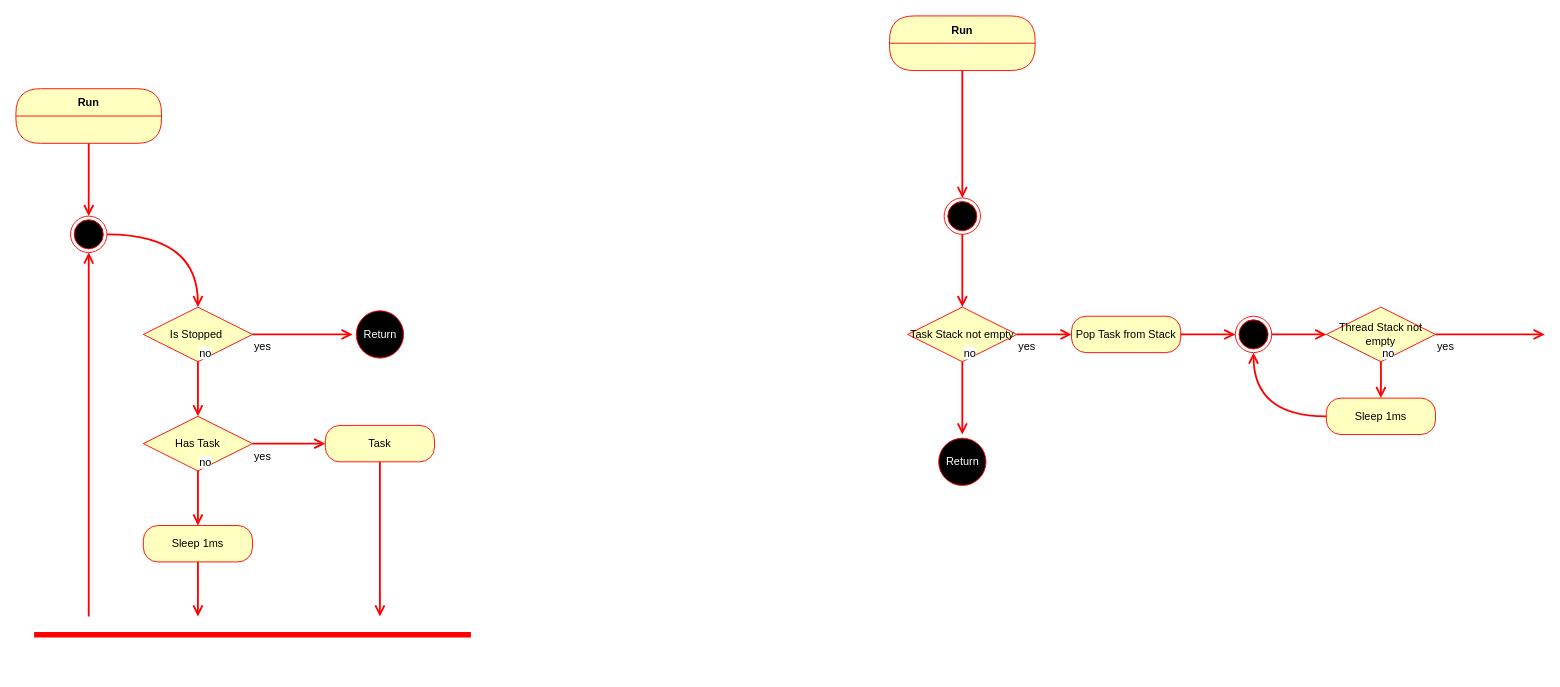
Above: doc/Temp.drawio in akariumfish/nodulo (draw.io), before the change. Source tidied: cells renumbered, new cells numbered last; positions are measured from the earlier drawing's top-left corner, leaving out a move shared by most shapes. Both pictures are drawn from the tidied source at 91%, with x=0, y=0 at pixel (15, 15).
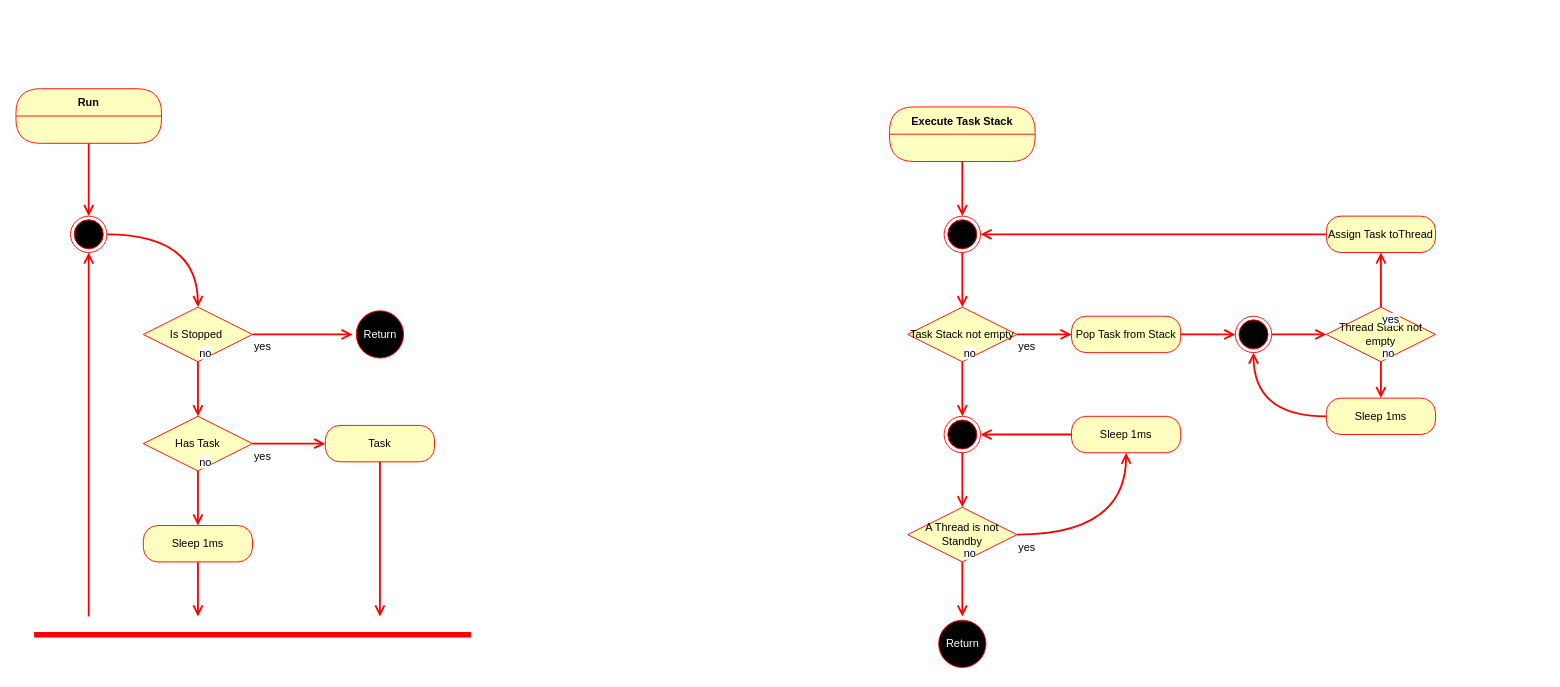
Above is the later version.

The change refers to these unchanged cells:
```xml
<mxCell id="23" value="Task Stack not empty" style="rhombus;whiteSpace=wrap;html=1;fontColor=#000000;fillColor=#ffffc0;strokeColor=#ff0000;" parent="1" vertex="1">
  <mxGeometry x="980" y="320" width="120" height="60" as="geometry" />
</mxCell>
<mxCell id="26" value="Thread Stack not empty" style="rhombus;whiteSpace=wrap;html=1;fontColor=#000000;fillColor=#ffffc0;strokeColor=#ff0000;" parent="1" vertex="1">
  <mxGeometry x="1440" y="320" width="120" height="60" as="geometry" />
</mxCell>
```

What changed in the source:
```diff
@@
-    <mxCell id="20" value="Run" style="swimlane;fontStyle=1;align=center;verticalAlign=middle;horizontal=1;startSize=30;fontColor=#000000;rounded=1;arcSize=30;strokeColor=#ff0000;fillColor=#ffffc0;swimlaneFillColor=#ffffc0;newEdgeStyle=%7B%22edgeStyle%22%3A%22orthogonalEdgeStyle%22%2C%22html%22%3A%221%22%2C%22verticalAlign%22%3A%22bottom%22%2C%22endArrow%22%3A%22open%22%2C%22endSize%22%3A%228%22%2C%22strokeColor%22%3A%22%23ff0000%22%2C%22rounded%22%3A%221%22%2C%22strokeWidth%22%3A%222%22%2C%22align%22%3A%22center%22%2C%22fontFamily%22%3A%22Helvetica%22%2C%22fontSize%22%3A%2212%22%2C%22fontColor%22%3A%22default%22%2C%22labelBackgroundColor%22%3A%22default%22%2C%22defaultLabelBackgroundColor%22%3A%22gap%22%2C%22jumpStyle%22%3A%22gap%22%2C%22jumpSize%22%3A%2210%22%2C%22flowAnimation%22%3A%220%22%2C%22sourcePerimeterSpacing%22%3A%220%22%2C%22targetPerimeterSpacing%22%3A%220%22%2C%22fixedPointSpacing%22%3A%221%22%2C%22curved%22%3A%221%22%2C%22libavoidSpacing%22%3A%2210%22%2C%22followTerminals%22%3A%221%22%2C%22jettySize%22%3Anull%2C%22orthogonalLoop%22%3Anull%2C%22startSize%22%3Anull%2C%22shape%22%3Anull%2C%22startArrow%22%3Anull%2C%22startFill%22%3Anull%2C%22endFill%22%3Anull%7D;" parent="1" vertex="1">
-      <mxGeometry x="960" width="160" height="60" as="geometry" />
+    <mxCell id="20" value="Execute Task Stack" style="swimlane;fontStyle=1;align=center;verticalAlign=middle;horizontal=1;startSize=30;fontColor=#000000;rounded=1;arcSize=30;strokeColor=#ff0000;fillColor=#ffffc0;swimlaneFillColor=#ffffc0;newEdgeStyle=%7B%22edgeStyle%22%3A%22orthogonalEdgeStyle%22%2C%22html%22%3A%221%22%2C%22verticalAlign%22%3A%22bottom%22%2C%22endArrow%22%3A%22open%22%2C%22endSize%22%3A%228%22%2C%22strokeColor%22%3A%22%23ff0000%22%2C%22rounded%22%3A%221%22%2C%22strokeWidth%22%3A%222%22%2C%22align%22%3A%22center%22%2C%22fontFamily%22%3A%22Helvetica%22%2C%22fontSize%22%3A%2212%22%2C%22fontColor%22%3A%22default%22%2C%22labelBackgroundColor%22%3A%22default%22%2C%22defaultLabelBackgroundColor%22%3A%22gap%22%2C%22jumpStyle%22%3A%22gap%22%2C%22jumpSize%22%3A%2210%22%2C%22flowAnimation%22%3A%220%22%2C%22sourcePerimeterSpacing%22%3A%220%22%2C%22targetPerimeterSpacing%22%3A%220%22%2C%22fixedPointSpacing%22%3A%221%22%2C%22curved%22%3A%221%22%2C%22libavoidSpacing%22%3A%2210%22%2C%22followTerminals%22%3A%221%22%2C%22jettySize%22%3Anull%2C%22orthogonalLoop%22%3Anull%2C%22startSize%22%3Anull%2C%22shape%22%3Anull%2C%22startArrow%22%3Anull%2C%22startFill%22%3Anull%2C%22endFill%22%3Anull%7D;" parent="1" vertex="1">
+      <mxGeometry x="960" y="100" width="160" height="60" as="geometry" />
     </mxCell>
@@
-    <mxCell id="24" value="no" style="edgeStyle=orthogonalEdgeStyle;html=1;align=left;verticalAlign=bottom;endArrow=open;endSize=8;strokeColor=#ff0000;rounded=1;strokeWidth=2;fontFamily=Helvetica;fontSize=12;fontColor=default;labelBackgroundColor=default;defaultLabelBackgroundColor=gap;jumpStyle=gap;jumpSize=10;flowAnimation=0;sourcePerimeterSpacing=0;targetPerimeterSpacing=0;fixedPointSpacing=1;curved=1;libavoidSpacing=10;followTerminals=1;" parent="1" edge="1" source="23" target="29">
+    <mxCell id="24" value="no" style="edgeStyle=orthogonalEdgeStyle;html=1;align=left;verticalAlign=bottom;endArrow=open;endSize=8;strokeColor=#ff0000;rounded=1;strokeWidth=2;fontFamily=Helvetica;fontSize=12;fontColor=default;labelBackgroundColor=default;defaultLabelBackgroundColor=gap;jumpStyle=gap;jumpSize=10;flowAnimation=0;sourcePerimeterSpacing=0;targetPerimeterSpacing=0;fixedPointSpacing=1;curved=1;libavoidSpacing=10;followTerminals=1;" parent="1" edge="1" source="23" target="44">
       <mxGeometry x="-1" relative="1" as="geometry" />
     </mxCell>
@@
-    <mxCell id="28" value="yes" style="edgeStyle=orthogonalEdgeStyle;html=1;align=left;verticalAlign=top;endArrow=open;endSize=8;strokeColor=#ff0000;rounded=1;strokeWidth=2;fontFamily=Helvetica;fontSize=12;fontColor=default;labelBackgroundColor=default;defaultLabelBackgroundColor=gap;jumpStyle=gap;jumpSize=10;flowAnimation=0;sourcePerimeterSpacing=0;targetPerimeterSpacing=0;fixedPointSpacing=1;curved=1;libavoidSpacing=10;followTerminals=1;" parent="1" edge="1" source="26">
-      <mxGeometry x="-1" relative="1" as="geometry">
-        <mxPoint x="1680" y="350" as="targetPoint" />
-      </mxGeometry>
+    <mxCell id="28" value="yes" style="edgeStyle=orthogonalEdgeStyle;html=1;align=left;verticalAlign=top;endArrow=open;endSize=8;strokeColor=#ff0000;rounded=1;strokeWidth=2;fontFamily=Helvetica;fontSize=12;fontColor=default;labelBackgroundColor=default;defaultLabelBackgroundColor=gap;jumpStyle=gap;jumpSize=10;flowAnimation=0;sourcePerimeterSpacing=0;targetPerimeterSpacing=0;fixedPointSpacing=1;curved=1;libavoidSpacing=10;followTerminals=1;" parent="1" edge="1" source="26" target="37">
+      <mxGeometry x="-1" relative="1" as="geometry" />
     </mxCell>
     <mxCell id="29" value="Return" style="ellipse;html=1;shape=startState;fillColor=#000000;strokeColor=#ff0000;fontColor=light-dark(#FFFFFF,#000000);" parent="1" vertex="1">
-      <mxGeometry x="1010" y="460" width="60" height="60" as="geometry" />
+      <mxGeometry x="1010" y="660" width="60" height="60" as="geometry" />
     </mxCell>
@@
     <mxCell id="35" style="ellipse;html=1;shape=endState;fillColor=#000000;strokeColor=#ff0000;" parent="1" vertex="1">
-      <mxGeometry x="1020" y="200" width="40" height="40" as="geometry" />
+      <mxGeometry x="1020" y="220" width="40" height="40" as="geometry" />
     </mxCell>
+    <mxCell id="36" style="edgeStyle=orthogonalEdgeStyle;shape=connector;curved=1;rounded=1;jumpStyle=gap;jumpSize=10;libavoidSpacing=10;curveGeometry=1;jettySize=auto;html=1;strokeColor=#ff0000;strokeWidth=2;align=center;verticalAlign=bottom;fontFamily=Helvetica;fontSize=12;fontColor=default;labelBackgroundColor=default;defaultLabelBackgroundColor=gap;startSize=8;endArrow=open;endSize=8;flowAnimation=0;sourcePerimeterSpacing=0;targetPerimeterSpacing=0;fixedPointSpacing=1;followTerminals=1;" parent="1" edge="1" source="37" target="35">
+      <mxGeometry relative="1" as="geometry" />
+    </mxCell>
+    <mxCell id="37" value="Assign Task toThread" style="rounded=1;whiteSpace=wrap;html=1;arcSize=40;fontColor=#000000;fillColor=#ffffc0;strokeColor=#ff0000;" parent="1" vertex="1">
+      <mxGeometry x="1440" y="220" width="120" height="40" as="geometry" />
+    </mxCell>
+    <mxCell id="38" value="A Thread is not&lt;div&gt;Standby&lt;/div&gt;" style="rhombus;whiteSpace=wrap;html=1;fontColor=#000000;fillColor=#ffffc0;strokeColor=#ff0000;" parent="1" vertex="1">
+      <mxGeometry x="980" y="540" width="120" height="60" as="geometry" />
+    </mxCell>
+    <mxCell id="39" value="no" style="edgeStyle=orthogonalEdgeStyle;html=1;align=left;verticalAlign=bottom;endArrow=open;endSize=8;strokeColor=#ff0000;rounded=1;strokeWidth=2;fontFamily=Helvetica;fontSize=12;fontColor=default;labelBackgroundColor=default;defaultLabelBackgroundColor=gap;jumpStyle=gap;jumpSize=10;flowAnimation=0;sourcePerimeterSpacing=0;targetPerimeterSpacing=0;fixedPointSpacing=1;curved=1;libavoidSpacing=10;followTerminals=1;" parent="1" edge="1" source="38" target="29">
+      <mxGeometry x="-1" relative="1" as="geometry" />
+    </mxCell>
+    <mxCell id="40" value="yes" style="edgeStyle=orthogonalEdgeStyle;html=1;align=left;verticalAlign=top;endArrow=open;endSize=8;strokeColor=#ff0000;rounded=1;strokeWidth=2;fontFamily=Helvetica;fontSize=12;fontColor=default;labelBackgroundColor=default;defaultLabelBackgroundColor=gap;jumpStyle=gap;jumpSize=10;flowAnimation=0;sourcePerimeterSpacing=0;targetPerimeterSpacing=0;fixedPointSpacing=1;curved=1;libavoidSpacing=10;followTerminals=1;" parent="1" edge="1" source="38" target="42">
+      <mxGeometry x="-1" relative="1" as="geometry" />
+    </mxCell>
+    <mxCell id="41" style="edgeStyle=orthogonalEdgeStyle;shape=connector;curved=1;rounded=1;jumpStyle=gap;jumpSize=10;libavoidSpacing=10;curveGeometry=1;jettySize=auto;html=1;strokeColor=#ff0000;strokeWidth=2;align=center;verticalAlign=bottom;fontFamily=Helvetica;fontSize=12;fontColor=default;labelBackgroundColor=default;defaultLabelBackgroundColor=gap;startSize=8;endArrow=open;endSize=8;flowAnimation=0;sourcePerimeterSpacing=0;targetPerimeterSpacing=0;fixedPointSpacing=1;followTerminals=1;" parent="1" edge="1" source="42" target="44">
+      <mxGeometry relative="1" as="geometry" />
+    </mxCell>
+    <mxCell id="42" value="Sleep 1ms" style="rounded=1;whiteSpace=wrap;html=1;arcSize=40;fontColor=#000000;fillColor=#ffffc0;strokeColor=#ff0000;" parent="1" vertex="1">
+      <mxGeometry x="1160" y="440" width="120" height="40" as="geometry" />
+    </mxCell>
+    <mxCell id="43" style="edgeStyle=orthogonalEdgeStyle;shape=connector;curved=1;rounded=1;jumpStyle=gap;jumpSize=10;libavoidSpacing=10;curveGeometry=1;jettySize=auto;html=1;strokeColor=#ff0000;strokeWidth=2;align=center;verticalAlign=bottom;fontFamily=Helvetica;fontSize=12;fontColor=default;labelBackgroundColor=default;defaultLabelBackgroundColor=gap;startSize=8;endArrow=open;endSize=8;flowAnimation=0;sourcePerimeterSpacing=0;targetPerimeterSpacing=0;fixedPointSpacing=1;followTerminals=1;" parent="1" edge="1" source="44" target="38">
+      <mxGeometry relative="1" as="geometry" />
+    </mxCell>
+    <mxCell id="44" style="ellipse;html=1;shape=endState;fillColor=#000000;strokeColor=#ff0000;" parent="1" vertex="1">
+      <mxGeometry x="1020" y="440" width="40" height="40" as="geometry" />
+    </mxCell>
```
